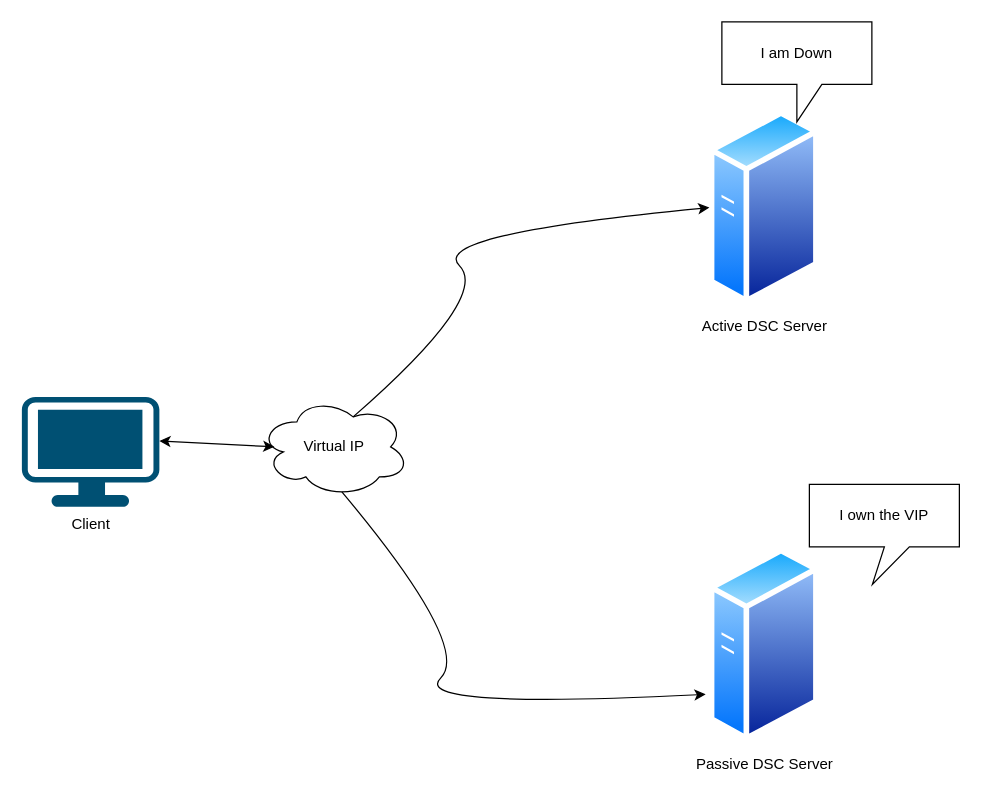
Above: marutiHA.drawio in superavesh/Diagrams (draw.io), before the change. Source tidied: cells renumbered, new cells numbered last; positions are measured from the earlier drawing's top-left corner, leaving out a move shared by most shapes. Both pictures are drawn from the tidied source at 125%, with x=0, y=0 at pixel (21, 21).
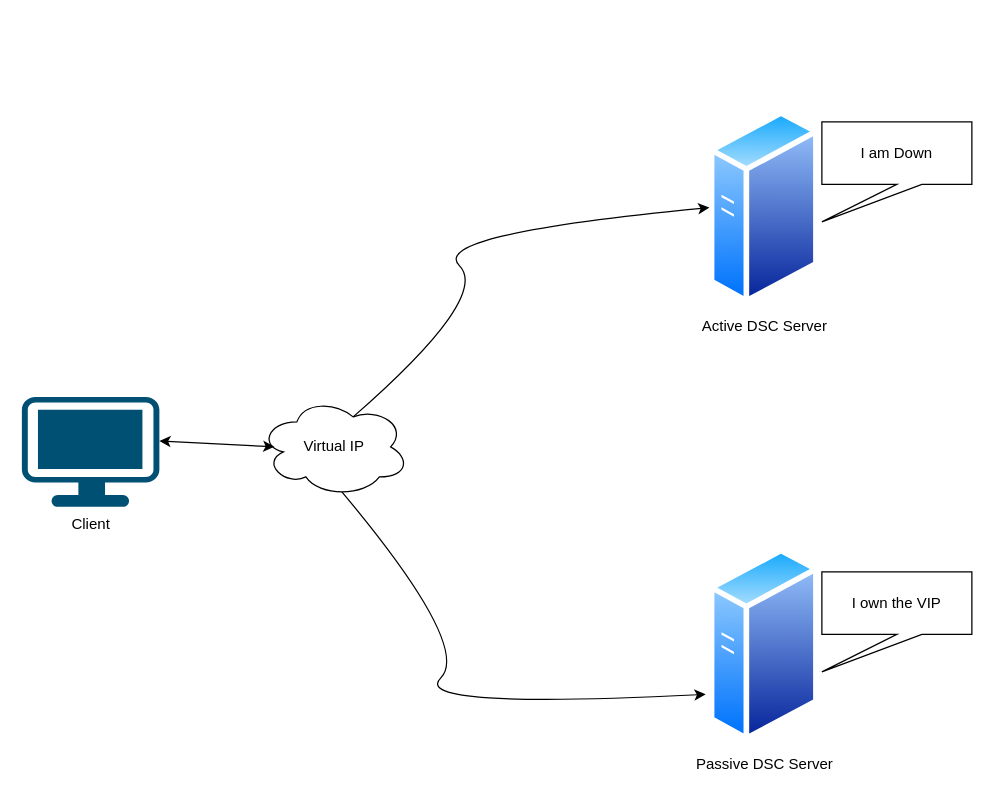
The same diagram, later.

What changed in the source:
```diff
@@
 <mxGraphModel>
   <root>
     <mxCell id="0" />
     <mxCell id="1" parent="0" />
     <mxCell id="2" value="Client" style="points=[[0.03,0.03,0],[0.5,0,0],[0.97,0.03,0],[1,0.4,0],[0.97,0.745,0],[0.5,1,0],[0.03,0.745,0],[0,0.4,0]];verticalLabelPosition=bottom;sketch=0;html=1;verticalAlign=top;align=center;shape=mxgraph.cisco19.workstation;fillColor=#005073;strokeColor=none;" parent="1" vertex="1">
       <mxGeometry y="300" width="110" height="88" as="geometry" />
     </mxCell>
     <mxCell id="3" value="Virtual IP" style="ellipse;shape=cloud;whiteSpace=wrap;html=1;" parent="1" vertex="1">
       <mxGeometry x="190" y="300" width="120" height="80" as="geometry" />
     </mxCell>
     <mxCell id="4" value="Active DSC Server" style="image;perimeter=ellipsePerimeter;html=1;align=center;shadow=0;dashed=0;spacingTop=3;image=img/lib/active_directory/generic_server.svg;" parent="1" vertex="1">
       <mxGeometry x="550" y="70" width="88" height="157.1" as="geometry" />
     </mxCell>
     <mxCell id="5" value="Passive DSC Server" style="image;perimeter=ellipsePerimeter;html=1;align=center;shadow=0;dashed=0;spacingTop=3;image=img/lib/active_directory/generic_server.svg;" parent="1" vertex="1">
       <mxGeometry x="550" y="420" width="88" height="157.1" as="geometry" />
     </mxCell>
     <mxCell id="6" style="endArrow=classic;startArrow=classic;html=1;rounded=0;entryX=0.1;entryY=0.5;entryDx=0;entryDy=0;entryPerimeter=0;exitX=1;exitY=0.4;exitDx=0;exitDy=0;exitPerimeter=0;" parent="1" edge="1" source="2" target="3">
       <mxGeometry relative="1" as="geometry" />
     </mxCell>
     <mxCell id="7" style="curved=1;endArrow=classic;html=1;rounded=0;entryX=0;entryY=0.5;entryDx=0;entryDy=0;exitX=0.625;exitY=0.2;exitDx=0;exitDy=0;exitPerimeter=0;" parent="1" edge="1" source="3" target="4">
       <mxGeometry relative="1" as="geometry">
         <Array as="points">
           <mxPoint x="375" y="220" />
           <mxPoint x="325" y="170" />
         </Array>
       </mxGeometry>
     </mxCell>
     <mxCell id="8" style="curved=1;endArrow=classic;html=1;rounded=0;exitX=0.55;exitY=0.95;exitDx=0;exitDy=0;exitPerimeter=0;entryX=-0.034;entryY=0.751;entryDx=0;entryDy=0;entryPerimeter=0;" parent="1" edge="1" source="3" target="5">
       <mxGeometry relative="1" as="geometry">
         <Array as="points">
           <mxPoint x="360" y="500" />
           <mxPoint x="310" y="550" />
         </Array>
       </mxGeometry>
     </mxCell>
-    <mxCell id="9" value="I am Down" style="shape=callout;whiteSpace=wrap;html=1;perimeter=calloutPerimeter;" parent="1" vertex="1">
-      <mxGeometry x="560" width="120" height="80" as="geometry" />
+    <mxCell id="9" value="I am Down" style="shape=callout;whiteSpace=wrap;html=1;perimeter=calloutPerimeter;position2=0;" parent="1" vertex="1">
+      <mxGeometry x="640" y="80" width="120" height="80" as="geometry" />
     </mxCell>
-    <mxCell id="10" value="I own the VIP" style="shape=callout;whiteSpace=wrap;html=1;perimeter=calloutPerimeter;position2=0.42;" parent="1" vertex="1">
-      <mxGeometry x="630" y="370" width="120" height="80" as="geometry" />
+    <mxCell id="10" value="I own the VIP" style="shape=callout;whiteSpace=wrap;html=1;perimeter=calloutPerimeter;position2=0;" parent="1" vertex="1">
+      <mxGeometry x="640" y="440" width="120" height="80" as="geometry" />
     </mxCell>
   </root>
 </mxGraphModel>
```
